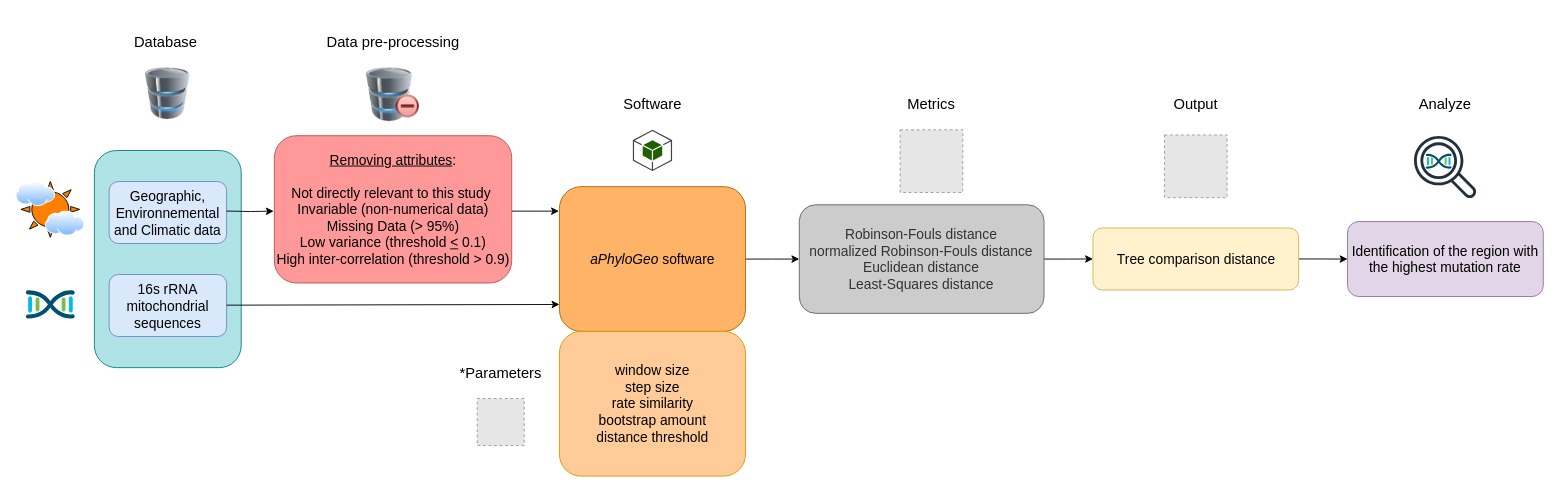
Earlier version of the draw.io diagram papers/Gagnon_Kebe_Tahiri/diagram.drawio (scipy-conference/scipy_proceedings). Source tidied: cells renumbered, new cells numbered last; positions are measured from the earlier drawing's top-left corner, leaving out a move shared by most shapes. Both pictures are drawn from the tidied source at 92%, with x=0, y=0 at pixel (16, 16). Pictures stored in the file or linked from it are replaced by grey dashed boxes.
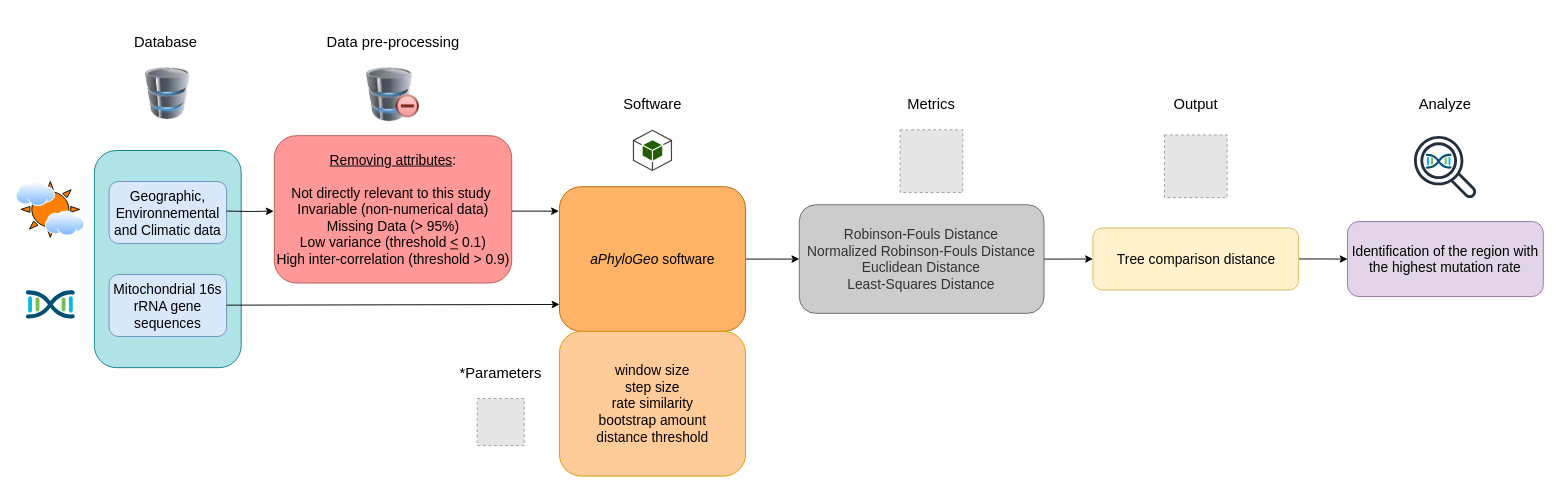
Above is the later version.

Commit message:
Mettre à jour diagram.drawio

Unchanged cells that the change refers to:
```xml
<mxCell id="2" style="group;" parent="1" vertex="1">
  <mxGeometry width="1660" height="500" as="geometry" />
</mxCell>
```

Diff of the diagram source:
```diff
@@
-    <mxCell id="5" value="&lt;font style=&quot;font-size: 15px;&quot;&gt;16s rRNA mitochondrial sequences&lt;/font&gt;" style="rounded=1;whiteSpace=wrap;html=1;fillColor=#dae8fc;strokeColor=#6c8ebf;" parent="2" vertex="1">
+    <mxCell id="5" value="&lt;font style=&quot;font-size: 15px;&quot;&gt;Mitochondrial 16s rRNA gene sequences&lt;/font&gt;" style="rounded=1;whiteSpace=wrap;html=1;fillColor=#dae8fc;strokeColor=#6c8ebf;" parent="2" vertex="1">
       <mxGeometry x="101.1" y="280.9" width="127.7" height="67.4" as="geometry" />
     </mxCell>
@@
-    <mxCell id="23" value="&lt;div style=&quot;margin-top: 0px; margin-bottom: 0px; padding-left: 0px; padding-right: 0px; font-size: 15px;&quot;&gt;&lt;span style=&quot;background-color: initial; font-size: 15px;&quot;&gt;Robinson-Fouls distance&lt;br&gt;&lt;/span&gt;&lt;span style=&quot;background-color: initial; font-size: 15px;&quot;&gt;normalized Robinson-Fouls distance&lt;br&gt;&lt;/span&gt;&lt;span style=&quot;font-size: 15px;&quot;&gt;Euclidean distance&lt;/span&gt;&lt;br style=&quot;&quot;&gt;&lt;span style=&quot;font-size: 15px;&quot;&gt;Least-Squares distance&lt;/span&gt;&lt;/div&gt;" style="rounded=1;whiteSpace=wrap;html=1;align=center;fillColor=#CCCCCC;strokeColor=#666666;fontColor=#333333;" parent="2" vertex="1">
+    <mxCell id="23" value="&lt;div style=&quot;margin-top: 0px; margin-bottom: 0px; padding-left: 0px; padding-right: 0px; font-size: 15px;&quot;&gt;&lt;span style=&quot;background-color: initial; font-size: 15px;&quot;&gt;Robinson-Fouls Distance&lt;br&gt;&lt;/span&gt;&lt;span style=&quot;background-color: initial; font-size: 15px;&quot;&gt;Normalized Robinson-Fouls Distance&lt;br&gt;&lt;/span&gt;&lt;span style=&quot;font-size: 15px;&quot;&gt;Euclidean Distance&lt;/span&gt;&lt;br style=&quot;&quot;&gt;&lt;span style=&quot;font-size: 15px;&quot;&gt;Least-Squares Distance&lt;/span&gt;&lt;/div&gt;" style="rounded=1;whiteSpace=wrap;html=1;align=center;fillColor=#CCCCCC;strokeColor=#666666;fontColor=#333333;" parent="2" vertex="1">
       <mxGeometry x="851.3" y="205.1" width="266" height="118" as="geometry" />
     </mxCell>
```
